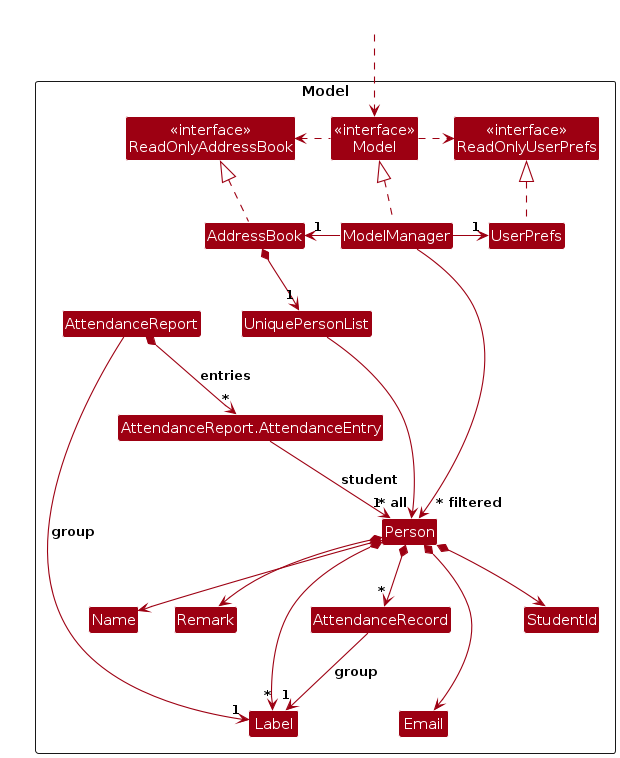
AY2627S1-CS2103T-F12-1/tp keeps this PlantUML diagram as diagrams/ModelClassDiagram.png. Above is the earlier version. Its source is kept beside it as diagrams/ModelClassDiagram.puml.
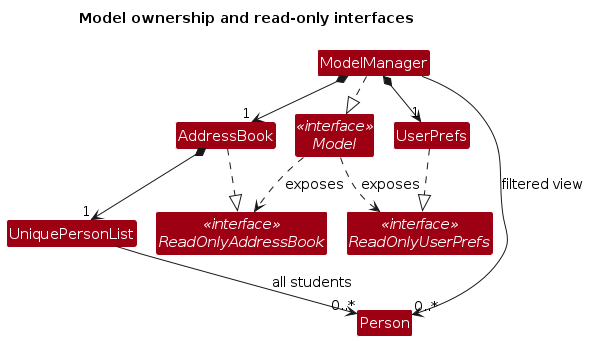
After the commit.

Change to the diagram source:
```diff
@@ -1,63 +1,25 @@
 @startuml
 !include style.puml
-skinparam arrowThickness 1.1
-skinparam arrowColor MODEL_COLOR
+skinparam ArrowFontStyle plain
+
+title Model ownership and read-only interfaces
 skinparam classBackgroundColor MODEL_COLOR
-
-Package Model as ModelPackage <<Rectangle>>{
-Class "<<interface>>\nReadOnlyAddressBook" as ReadOnlyAddressBook
-Class "<<interface>>\nReadOnlyUserPrefs" as ReadOnlyUserPrefs
-Class "<<interface>>\nModel" as Model
-Class AddressBook
-Class ModelManager
-Class UserPrefs
-
-Class UniquePersonList
-Class Person
-Class Email
-Class Name
-Class Remark
-Class StudentId
-Class Label
-Class AttendanceRecord
-Class AttendanceReport
-Class "AttendanceReport.AttendanceEntry" as AttendanceEntry
-
-Class I #FFFFFF
-}
-
-Class HiddenOutside #FFFFFF
-HiddenOutside ..> Model
-
-AddressBook .up.|> ReadOnlyAddressBook
-
-ModelManager .up.|> Model
-Model .right.> ReadOnlyUserPrefs
-Model .left.> ReadOnlyAddressBook
-ModelManager -left-> "1" AddressBook
-ModelManager -right-> "1" UserPrefs
-UserPrefs .up.|> ReadOnlyUserPrefs
-
+interface Model <<interface>>
+class ModelManager
+class AddressBook
+interface ReadOnlyAddressBook <<interface>>
+class UserPrefs
+interface ReadOnlyUserPrefs <<interface>>
+class UniquePersonList
+class Person
+ModelManager ..|> Model
+AddressBook ..|> ReadOnlyAddressBook
+UserPrefs ..|> ReadOnlyUserPrefs
+ModelManager *--> "1" AddressBook
+ModelManager *--> "1" UserPrefs
 AddressBook *--> "1" UniquePersonList
-UniquePersonList --> "~* all" Person
-Person *--> Name
-Person *--> StudentId
-Person *--> Email
-Person *--> Remark
-Person *--> "*" Label
-Person *--> "*" AttendanceRecord
-AttendanceRecord --> "1" Label : group
-AttendanceReport --> "1" Label : group
-AttendanceReport *--> "*" AttendanceEntry : entries
-AttendanceEntry --> "1" Person : student
-
-Person -[hidden]up--> I
-UniquePersonList -[hidden]right-> I
-
-Name -[hidden]right-> Remark
-StudentId -[hidden]right-> Name
-Remark -[hidden]right-> Label
-Label -[hidden]right-> Email
-
-ModelManager --> "~* filtered" Person
+UniquePersonList --> "0..*" Person : all students
+ModelManager --> "0..*" Person : filtered view
+Model ..> ReadOnlyAddressBook : exposes
+Model ..> ReadOnlyUserPrefs : exposes
 @enduml
```
